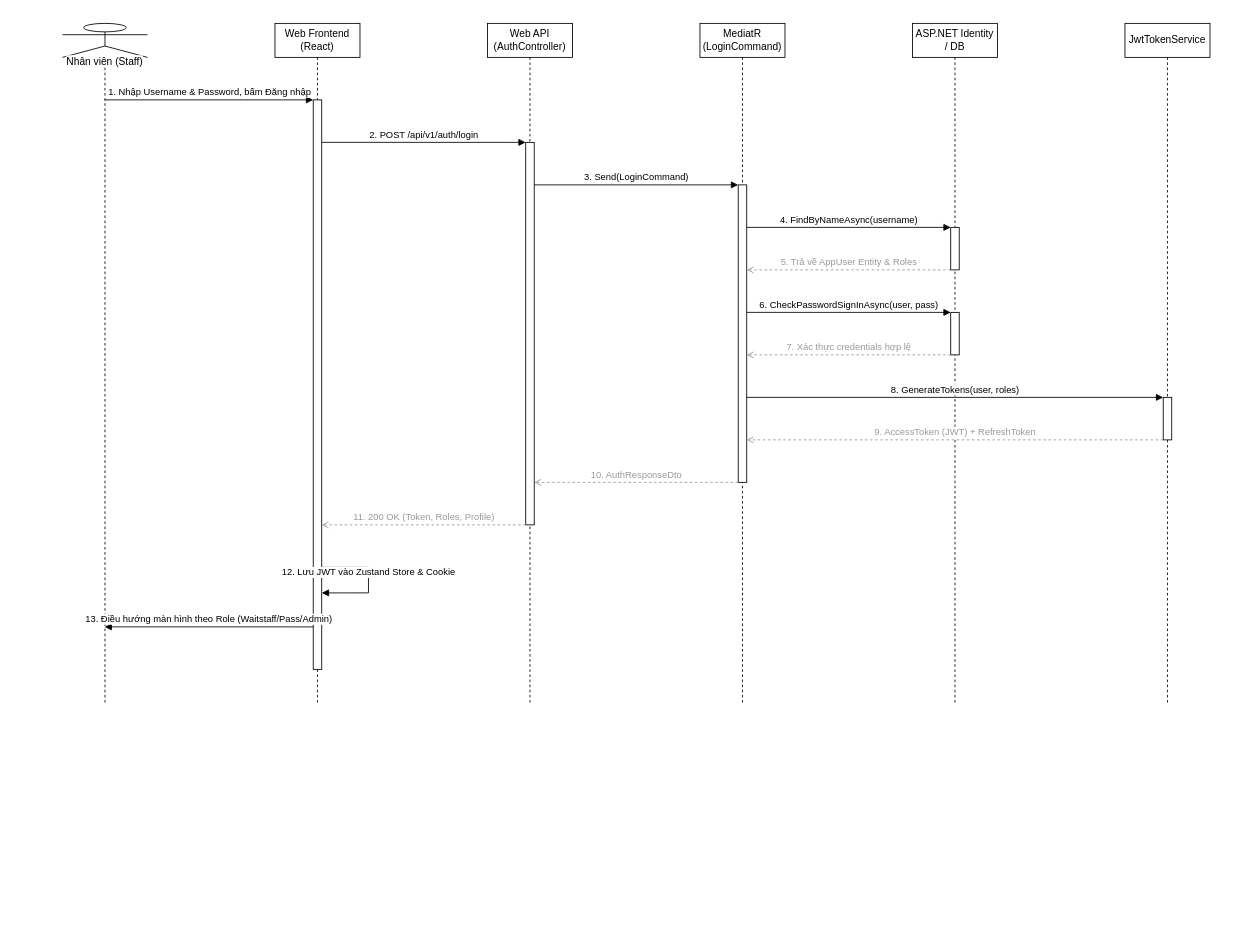
This is docs/phase1/drawio/sd06_staff_login.drawio from AndrewQng/VinDining, a draw.io file, before an edit. Source tidied: cells renumbered, new cells numbered last; positions are measured from the earlier drawing's top-left corner, leaving out a move shared by most shapes. Both pictures are drawn from the tidied source at 85%, with x=0, y=0 at pixel (62, 23).
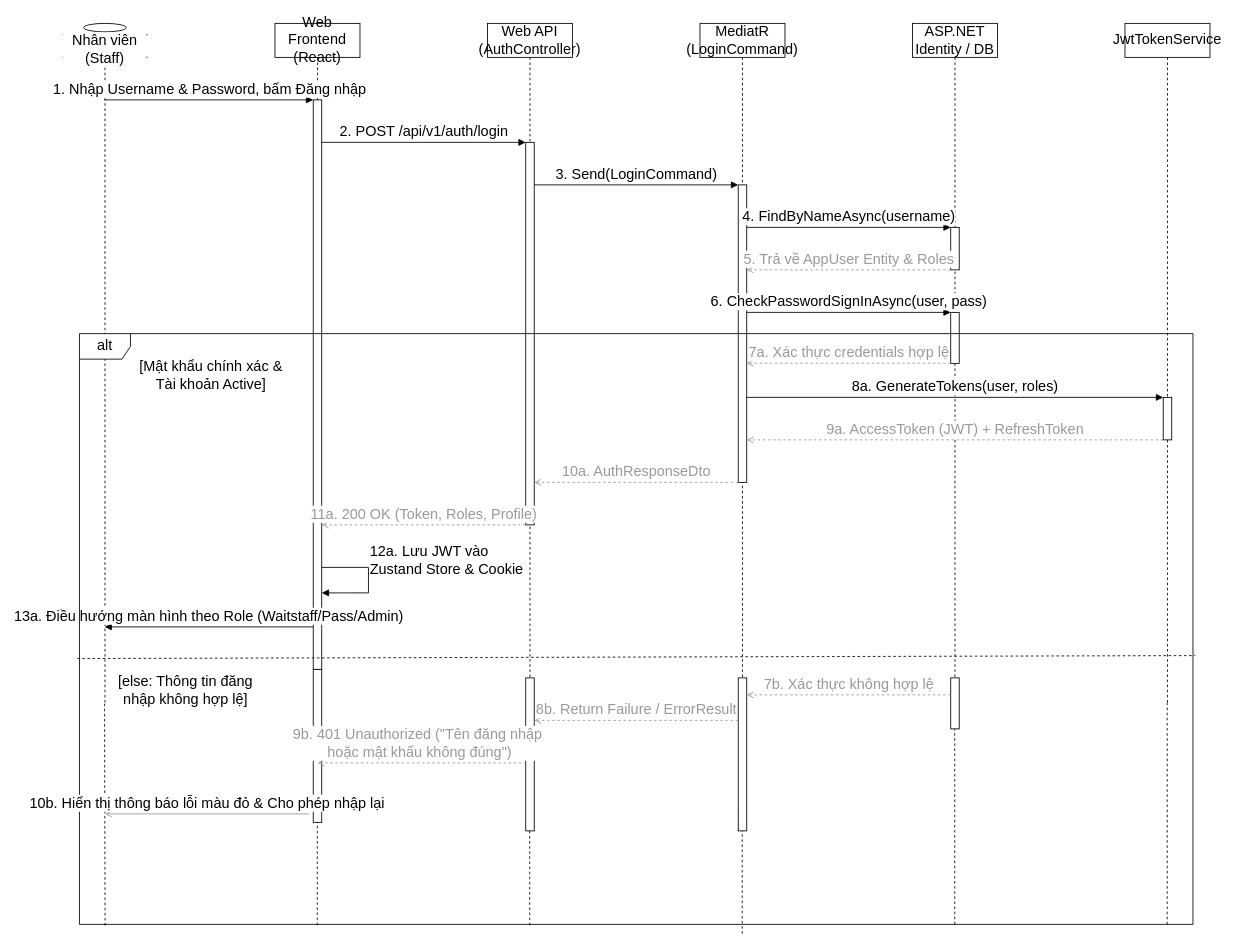
Above is the later version.

Change to the diagram source:
```diff
@@
-    <mxCell id="2" value="Nhân viên (Staff)" style="shape=umlLifeline;perimeter=lifelinePerimeter;whiteSpace=wrap;html=1;outlineConnect=0;portConstraint=eastwest;size=40;participant=umlActor;verticalAlign=bottom;spacingBottom=-14;labelBackgroundColor=#ffffff;" parent="1" vertex="1">
+    <mxCell id="2" value="Nhân viên (Staff)" style="shape=umlLifeline;perimeter=lifelinePerimeter;whiteSpace=wrap;html=1;outlineConnect=0;portConstraint=eastwest;size=40;participant=umlActor;verticalAlign=bottom;spacingBottom=-14;labelBackgroundColor=#ffffff;fontSize=17;" parent="1" vertex="1">
       <mxGeometry width="100" height="800" as="geometry" />
     </mxCell>
-    <mxCell id="3" value="Web Frontend (React)" style="shape=umlLifeline;perimeter=lifelinePerimeter;whiteSpace=wrap;html=1;size=40;" parent="1" vertex="1">
+    <mxCell id="3" value="Web Frontend (React)" style="shape=umlLifeline;perimeter=lifelinePerimeter;whiteSpace=wrap;html=1;size=40;fontSize=17;" parent="1" vertex="1">
       <mxGeometry x="250" width="100" height="800" as="geometry" />
     </mxCell>
+    <mxCell id="13" style="html=1;points=[];perimeter=orthogonalPerimeter;outlineConnect=0;fillColor=#ffffff;fontSize=17;" parent="3" vertex="1">
+      <mxGeometry x="45" y="90" width="10" height="670" as="geometry" />
+    </mxCell>
-    <mxCell id="4" value="Web API (AuthController)" style="shape=umlLifeline;perimeter=lifelinePerimeter;whiteSpace=wrap;html=1;size=40;" parent="1" vertex="1">
+    <mxCell id="4" value="Web API (AuthController)" style="shape=umlLifeline;perimeter=lifelinePerimeter;whiteSpace=wrap;html=1;size=40;fontSize=17;" parent="1" vertex="1">
       <mxGeometry x="500" width="100" height="800" as="geometry" />
     </mxCell>
+    <mxCell id="12" style="html=1;points=[];perimeter=orthogonalPerimeter;outlineConnect=0;fillColor=#ffffff;fontSize=17;" parent="4" vertex="1">
+      <mxGeometry x="45" y="140" width="10" height="450" as="geometry" />
+    </mxCell>
-    <mxCell id="5" value="MediatR (LoginCommand)" style="shape=umlLifeline;perimeter=lifelinePerimeter;whiteSpace=wrap;html=1;size=40;" parent="1" vertex="1">
+    <mxCell id="5" value="MediatR (LoginCommand)" style="shape=umlLifeline;perimeter=lifelinePerimeter;whiteSpace=wrap;html=1;size=40;fontSize=17;" parent="1" vertex="1">
       <mxGeometry x="750" width="100" height="800" as="geometry" />
     </mxCell>
+    <mxCell id="11" style="html=1;points=[];perimeter=orthogonalPerimeter;outlineConnect=0;fillColor=#ffffff;fontSize=17;" parent="5" vertex="1">
+      <mxGeometry x="45" y="190" width="10" height="350" as="geometry" />
+    </mxCell>
-    <mxCell id="6" value="ASP.NET Identity / DB" style="shape=umlLifeline;perimeter=lifelinePerimeter;whiteSpace=wrap;html=1;size=40;" parent="1" vertex="1">
+    <mxCell id="6" value="ASP.NET Identity / DB" style="shape=umlLifeline;perimeter=lifelinePerimeter;whiteSpace=wrap;html=1;size=40;fontSize=17;" parent="1" vertex="1">
       <mxGeometry x="1000" width="100" height="800" as="geometry" />
     </mxCell>
-    <mxCell id="7" value="JwtTokenService" style="shape=umlLifeline;perimeter=lifelinePerimeter;whiteSpace=wrap;html=1;size=40;" parent="1" vertex="1">
-      <mxGeometry x="1250" width="100" height="800" as="geometry" />
-    </mxCell>
-    <mxCell id="8" style="html=1;points=[];perimeter=orthogonalPerimeter;outlineConnect=0;fillColor=#ffffff;" parent="6" vertex="1">
+    <mxCell id="8" style="html=1;points=[];perimeter=orthogonalPerimeter;outlineConnect=0;fillColor=#ffffff;fontSize=17;" parent="6" vertex="1">
       <mxGeometry x="45" y="240" width="10" height="50" as="geometry" />
     </mxCell>
-    <mxCell id="9" style="html=1;points=[];perimeter=orthogonalPerimeter;outlineConnect=0;fillColor=#ffffff;" parent="6" vertex="1">
-      <mxGeometry x="45" y="340" width="10" height="50" as="geometry" />
+    <mxCell id="9" style="html=1;points=[];perimeter=orthogonalPerimeter;outlineConnect=0;fillColor=#ffffff;fontSize=17;" parent="6" vertex="1">
+      <mxGeometry x="45" y="340" width="10" height="60" as="geometry" />
     </mxCell>
+    <mxCell id="7" value="JwtTokenService" style="shape=umlLifeline;perimeter=lifelinePerimeter;whiteSpace=wrap;html=1;size=40;fontSize=17;" parent="1" vertex="1">
+      <mxGeometry x="1250" width="100" height="800" as="geometry" />
+    </mxCell>
-    <mxCell id="10" style="html=1;points=[];perimeter=orthogonalPerimeter;outlineConnect=0;fillColor=#ffffff;" parent="7" vertex="1">
+    <mxCell id="10" style="html=1;points=[];perimeter=orthogonalPerimeter;outlineConnect=0;fillColor=#ffffff;fontSize=17;" parent="7" vertex="1">
       <mxGeometry x="45" y="440" width="10" height="50" as="geometry" />
     </mxCell>
-    <mxCell id="11" style="html=1;points=[];perimeter=orthogonalPerimeter;outlineConnect=0;fillColor=#ffffff;" parent="5" vertex="1">
-      <mxGeometry x="45" y="190" width="10" height="350" as="geometry" />
-    </mxCell>
-    <mxCell id="12" style="html=1;points=[];perimeter=orthogonalPerimeter;outlineConnect=0;fillColor=#ffffff;" parent="4" vertex="1">
-      <mxGeometry x="45" y="140" width="10" height="450" as="geometry" />
-    </mxCell>
-    <mxCell id="13" style="html=1;points=[];perimeter=orthogonalPerimeter;outlineConnect=0;fillColor=#ffffff;" parent="3" vertex="1">
-      <mxGeometry x="45" y="90" width="10" height="670" as="geometry" />
-    </mxCell>
-    <mxCell id="14" value="1. Nhập Username &amp; Password, bấm Đăng nhập" style="html=1;verticalAlign=bottom;endArrow=block;curved=0;rounded=0;exitX=0.5;exitY=0.1125;entryX=0;entryY=0.0;" parent="1" edge="1" source="2" target="13">
+    <mxCell id="14" value="1. Nhập Username &amp;amp; Password, bấm Đăng nhập" style="html=1;verticalAlign=bottom;endArrow=block;curved=0;rounded=0;exitX=0.5;exitY=0.1125;entryX=0;entryY=0.0;fontSize=17;" parent="1" edge="1" source="2" target="13">
       <mxGeometry relative="1" as="geometry" />
     </mxCell>
-    <mxCell id="15" value="2. POST /api/v1/auth/login" style="html=1;verticalAlign=bottom;endArrow=block;curved=0;rounded=0;exitX=1;exitY=0.0746;entryX=0;entryY=0.0;" parent="1" edge="1" source="13" target="12">
+    <mxCell id="15" value="2. POST /api/v1/auth/login" style="html=1;verticalAlign=bottom;endArrow=block;curved=0;rounded=0;exitX=1;exitY=0.0746;entryX=0;entryY=0.0;fontSize=17;" parent="1" edge="1" source="13" target="12">
       <mxGeometry relative="1" as="geometry" />
     </mxCell>
-    <mxCell id="16" value="3. Send(LoginCommand)" style="html=1;verticalAlign=bottom;endArrow=block;curved=0;rounded=0;exitX=1;exitY=0.1111;entryX=0;entryY=0.0;" parent="1" edge="1" source="12" target="11">
+    <mxCell id="16" value="3. Send(LoginCommand)" style="html=1;verticalAlign=bottom;endArrow=block;curved=0;rounded=0;exitX=1;exitY=0.1111;entryX=0;entryY=0.0;fontSize=17;" parent="1" edge="1" source="12" target="11">
       <mxGeometry relative="1" as="geometry" />
     </mxCell>
-    <mxCell id="17" value="4. FindByNameAsync(username)" style="html=1;verticalAlign=bottom;endArrow=block;curved=0;rounded=0;exitX=1;exitY=0.1429;entryX=0;entryY=0.0;" parent="1" edge="1" source="11" target="8">
+    <mxCell id="17" value="4. FindByNameAsync(username)" style="html=1;verticalAlign=bottom;endArrow=block;curved=0;rounded=0;exitX=1;exitY=0.1429;entryX=0;entryY=0.0;fontSize=17;" parent="1" edge="1" source="11" target="8">
       <mxGeometry relative="1" as="geometry" />
     </mxCell>
-    <mxCell id="18" value="5. Trả về AppUser Entity &amp; Roles" style="html=1;verticalAlign=bottom;endArrow=open;dashed=1;curved=0;rounded=0;strokeColor=#999999;fontColor=#999999;exitX=0;exitY=1.0;entryX=1;entryY=0.2857;" parent="1" edge="1" source="8" target="11">
+    <mxCell id="18" value="5. Trả về AppUser Entity &amp;amp; Roles" style="html=1;verticalAlign=bottom;endArrow=open;dashed=1;curved=0;rounded=0;strokeColor=#999999;fontColor=#999999;exitX=0;exitY=1.0;entryX=1;entryY=0.2857;fontSize=17;" parent="1" edge="1" source="8" target="11">
       <mxGeometry relative="1" as="geometry" />
     </mxCell>
-    <mxCell id="19" value="6. CheckPasswordSignInAsync(user, pass)" style="html=1;verticalAlign=bottom;endArrow=block;curved=0;rounded=0;exitX=1;exitY=0.4286;entryX=0;entryY=0.0;" parent="1" edge="1" source="11" target="9">
+    <mxCell id="19" value="6. CheckPasswordSignInAsync(user, pass)" style="html=1;verticalAlign=bottom;endArrow=block;curved=0;rounded=0;exitX=1;exitY=0.4286;entryX=0;entryY=0.0;fontSize=17;" parent="1" edge="1" source="11" target="9">
       <mxGeometry relative="1" as="geometry" />
     </mxCell>
-    <mxCell id="20" value="7. Xác thực credentials hợp lệ" style="html=1;verticalAlign=bottom;endArrow=open;dashed=1;curved=0;rounded=0;strokeColor=#999999;fontColor=#999999;exitX=0;exitY=1.0;entryX=1;entryY=0.5714;" parent="1" edge="1" source="9" target="11">
-      <mxGeometry relative="1" as="geometry" />
+    <mxCell id="20" value="7a. Xác thực credentials hợp lệ" style="html=1;verticalAlign=bottom;endArrow=open;dashed=1;curved=0;rounded=0;strokeColor=#999999;fontColor=#999999;entryX=1;entryY=0.5714;fontSize=17;" parent="1" edge="1">
+      <mxGeometry relative="1" as="geometry">
+        <mxPoint x="1045" y="399.8" as="sourcePoint" />
+        <mxPoint x="805" y="399.8" as="targetPoint" />
+      </mxGeometry>
     </mxCell>
-    <mxCell id="21" value="8. GenerateTokens(user, roles)" style="html=1;verticalAlign=bottom;endArrow=block;curved=0;rounded=0;exitX=1;exitY=0.7143;entryX=0;entryY=0.0;" parent="1" edge="1" source="11" target="10">
+    <mxCell id="21" value="8a. GenerateTokens(user, roles)" style="html=1;verticalAlign=bottom;endArrow=block;curved=0;rounded=0;exitX=1;exitY=0.7143;entryX=0;entryY=0.0;fontSize=17;" parent="1" edge="1" source="11" target="10">
       <mxGeometry relative="1" as="geometry" />
     </mxCell>
-    <mxCell id="22" value="9. AccessToken (JWT) + RefreshToken" style="html=1;verticalAlign=bottom;endArrow=open;dashed=1;curved=0;rounded=0;strokeColor=#999999;fontColor=#999999;exitX=0;exitY=1.0;entryX=1;entryY=0.8571;" parent="1" edge="1" source="10" target="11">
+    <mxCell id="22" value="9a. AccessToken (JWT) + RefreshToken" style="html=1;verticalAlign=bottom;endArrow=open;dashed=1;curved=0;rounded=0;strokeColor=#999999;fontColor=#999999;exitX=0;exitY=1.0;entryX=1;entryY=0.8571;fontSize=17;" parent="1" edge="1" source="10" target="11">
       <mxGeometry relative="1" as="geometry" />
     </mxCell>
-    <mxCell id="23" value="10. AuthResponseDto" style="html=1;verticalAlign=bottom;endArrow=open;dashed=1;curved=0;rounded=0;strokeColor=#999999;fontColor=#999999;exitX=0;exitY=1.0;entryX=1;entryY=0.8889;" parent="1" edge="1" source="11" target="12">
+    <mxCell id="23" value="10a. AuthResponseDto" style="html=1;verticalAlign=bottom;endArrow=open;dashed=1;curved=0;rounded=0;strokeColor=#999999;fontColor=#999999;exitX=0;exitY=1.0;entryX=1;entryY=0.8889;fontSize=17;" parent="1" edge="1" source="11" target="12">
       <mxGeometry relative="1" as="geometry" />
     </mxCell>
-    <mxCell id="24" value="11. 200 OK (Token, Roles, Profile)" style="html=1;verticalAlign=bottom;endArrow=open;dashed=1;curved=0;rounded=0;strokeColor=#999999;fontColor=#999999;exitX=0;exitY=1.0;entryX=1;entryY=0.7463;" parent="1" edge="1" source="12" target="13">
+    <mxCell id="24" value="11a. 200 OK (Token, Roles, Profile)" style="html=1;verticalAlign=bottom;endArrow=open;dashed=1;curved=0;rounded=0;strokeColor=#999999;fontColor=#999999;exitX=0;exitY=1.0;entryX=1;entryY=0.7463;fontSize=17;" parent="1" edge="1" source="12" target="13">
       <mxGeometry relative="1" as="geometry" />
     </mxCell>
-    <mxCell id="25" value="12. Lưu JWT vào Zustand Store &amp; Cookie" style="html=1;verticalAlign=bottom;endArrow=block;curved=0;rounded=0;exitX=1;exitY=0.8209;entryX=1;entryY=0.8657;" parent="1" edge="1" source="13" target="13">
+    <mxCell id="25" value="12a. Lưu JWT vào&amp;nbsp;&lt;div&gt;Zustand Store &amp;amp; Cookie&lt;/div&gt;" style="html=1;verticalAlign=bottom;endArrow=block;curved=0;rounded=0;exitX=1;exitY=0.8209;entryX=1;entryY=0.8657;fontSize=17;align=left;" parent="1" edge="1" source="13" target="13">
       <mxGeometry relative="1" as="geometry">
         <Array as="points">
           <mxPoint x="360" y="640" />
           <mxPoint x="360" y="670" />
         </Array>
       </mxGeometry>
     </mxCell>
-    <mxCell id="26" value="13. Điều hướng màn hình theo Role (Waitstaff/Pass/Admin)" style="html=1;verticalAlign=bottom;endArrow=block;curved=0;rounded=0;exitX=0;exitY=0.9254;entryX=0.5;entryY=0.8875;" parent="1" edge="1" source="13" target="2">
+    <mxCell id="26" value="13a. Điều hướng màn hình theo Role (Waitstaff/Pass/Admin)" style="html=1;verticalAlign=bottom;endArrow=block;curved=0;rounded=0;exitX=0;exitY=0.9254;entryX=0.5;entryY=0.8875;fontSize=17;" parent="1" edge="1" source="13" target="2">
       <mxGeometry relative="1" as="geometry" />
     </mxCell>
+    <mxCell id="27" value="&lt;font style=&quot;font-size: 17px;&quot;&gt;alt&lt;/font&gt;" style="shape=umlFrame;whiteSpace=wrap;html=1;" parent="1" vertex="1">
+      <mxGeometry x="20" y="365" width="1310" height="695" as="geometry" />
+    </mxCell>
+    <mxCell id="28" style="endArrow=none;dashed=1;html=1;rounded=0;exitX=0.023;exitY=1.002;exitDx=0;exitDy=0;exitPerimeter=0;" parent="1" edge="1" source="27" target="2">
+      <mxGeometry relative="1" as="geometry" />
+    </mxCell>
+    <mxCell id="29" style="endArrow=none;dashed=1;html=1;rounded=0;exitX=0.023;exitY=1.002;exitDx=0;exitDy=0;exitPerimeter=0;" parent="1" edge="1">
+      <mxGeometry relative="1" as="geometry">
+        <mxPoint x="299.8" y="1061" as="sourcePoint" />
+        <mxPoint x="299.8" y="800" as="targetPoint" />
+      </mxGeometry>
+    </mxCell>
+    <mxCell id="30" style="endArrow=none;dashed=1;html=1;rounded=0;exitX=0.023;exitY=1.002;exitDx=0;exitDy=0;exitPerimeter=0;" parent="1" edge="1">
+      <mxGeometry relative="1" as="geometry">
+        <mxPoint x="549.7" y="1061" as="sourcePoint" />
+        <mxPoint x="549.7" y="800" as="targetPoint" />
+      </mxGeometry>
+    </mxCell>
+    <mxCell id="31" style="endArrow=none;dashed=1;html=1;rounded=0;exitX=0.023;exitY=1.002;exitDx=0;exitDy=0;exitPerimeter=0;" parent="1" edge="1" source="37">
+      <mxGeometry relative="1" as="geometry">
+        <mxPoint x="799.7" y="810" as="targetPoint" />
+      </mxGeometry>
+    </mxCell>
+    <mxCell id="32" style="endArrow=none;dashed=1;html=1;rounded=0;exitX=0.023;exitY=1.002;exitDx=0;exitDy=0;exitPerimeter=0;" parent="1" edge="1">
+      <mxGeometry relative="1" as="geometry">
+        <mxPoint x="1049.7" y="1060" as="sourcePoint" />
+        <mxPoint x="1049.7" y="799" as="targetPoint" />
+      </mxGeometry>
+    </mxCell>
+    <mxCell id="33" style="endArrow=none;dashed=1;html=1;rounded=0;exitX=0.023;exitY=1.002;exitDx=0;exitDy=0;exitPerimeter=0;" parent="1" edge="1">
+      <mxGeometry relative="1" as="geometry">
+        <mxPoint x="1299.7" y="1060" as="sourcePoint" />
+        <mxPoint x="1299.7" y="799" as="targetPoint" />
+      </mxGeometry>
+    </mxCell>
+    <mxCell id="34" style="endArrow=none;dashed=1;html=1;rounded=0;exitX=-0.002;exitY=0.55;exitDx=0;exitDy=0;exitPerimeter=0;entryX=1.002;entryY=0.545;entryDx=0;entryDy=0;entryPerimeter=0;" parent="1" edge="1" source="27" target="27">
+      <mxGeometry relative="1" as="geometry" />
+    </mxCell>
+    <mxCell id="35" style="html=1;perimeter=orthogonalPerimeter;fillColor=#ffffff;fontSize=17;" parent="1" vertex="1">
+      <mxGeometry x="1045" y="770" width="10" height="60" as="geometry" />
+    </mxCell>
+    <mxCell id="36" style="endArrow=none;dashed=1;html=1;rounded=0;exitX=0.023;exitY=1.002;exitDx=0;exitDy=0;exitPerimeter=0;" parent="1" edge="1" target="37">
+      <mxGeometry relative="1" as="geometry">
+        <mxPoint x="799.7" y="1071" as="sourcePoint" />
+      </mxGeometry>
+    </mxCell>
+    <mxCell id="37" style="html=1;points=[];perimeter=orthogonalPerimeter;outlineConnect=0;fillColor=#ffffff;fontSize=17;" parent="1" vertex="1">
+      <mxGeometry x="795" y="770" width="10" height="180" as="geometry" />
+    </mxCell>
+    <mxCell id="38" value="&lt;font style=&quot;font-size: 17px;&quot;&gt;[Mật khẩu chính xác &amp;amp; Tài khoản Active]&lt;/font&gt;" style="text;html=1;whiteSpace=wrap;strokeColor=none;fillColor=none;align=center;verticalAlign=middle;rounded=0;" parent="1" vertex="1">
+      <mxGeometry x="80" y="400" width="190" height="30" as="geometry" />
+    </mxCell>
+    <mxCell id="39" value="7b. Xác thực không hợp lệ" style="html=1;verticalAlign=bottom;endArrow=open;dashed=1;curved=0;rounded=0;strokeColor=#999999;fontColor=#999999;entryX=1;entryY=0.5714;fontSize=17;" parent="1" edge="1">
+      <mxGeometry relative="1" as="geometry">
+        <mxPoint x="1045" y="790" as="sourcePoint" />
+        <mxPoint x="805" y="790" as="targetPoint" />
+      </mxGeometry>
+    </mxCell>
+    <mxCell id="40" style="html=1;perimeter=orthogonalPerimeter;fillColor=#ffffff;fontSize=17;" parent="1" vertex="1">
+      <mxGeometry x="545" y="770" width="10" height="180" as="geometry" />
+    </mxCell>
+    <mxCell id="41" style="html=1;perimeter=orthogonalPerimeter;fillColor=#ffffff;fontSize=17;" parent="1" vertex="1">
+      <mxGeometry x="295" y="760" width="10" height="180" as="geometry" />
+    </mxCell>
+    <mxCell id="42" value="&lt;span&gt;9b. 401 Unauthorized (&quot;Tên đăng nhập&amp;nbsp;&lt;/span&gt;&lt;div&gt;&lt;span&gt;&lt;span style=&quot;color: light-dark(rgb(153, 153, 153), rgb(106, 106, 106));&quot;&gt;hoặc mật khẩu không đúng&quot;)&lt;/span&gt;&lt;/span&gt;&lt;/div&gt;" style="html=1;verticalAlign=bottom;endArrow=open;dashed=1;curved=0;rounded=0;strokeColor=#999999;fontColor=#999999;entryX=1;entryY=0.5714;fontSize=17;" parent="1" edge="1">
+      <mxGeometry relative="1" as="geometry">
+        <mxPoint x="540" y="870" as="sourcePoint" />
+        <mxPoint x="300" y="870" as="targetPoint" />
+      </mxGeometry>
+    </mxCell>
+    <mxCell id="43" value="10b. Hiển thị thông báo lỗi màu đỏ &amp;amp; Cho phép nhập lại" style="html=1;verticalAlign=bottom;endArrow=open;curved=0;rounded=0;strokeColor=#999999;fontColor=default;entryX=1;entryY=0.5714;fontSize=17;fontFamily=Helvetica;fontStyle=0;align=center;labelBackgroundColor=default;" parent="1" edge="1">
+      <mxGeometry relative="1" as="geometry">
+        <mxPoint x="290" y="930" as="sourcePoint" />
+        <mxPoint x="50" y="930" as="targetPoint" />
+      </mxGeometry>
+    </mxCell>
+    <mxCell id="44" value="8b. Return Failure / ErrorResult" style="html=1;verticalAlign=bottom;endArrow=open;dashed=1;curved=0;rounded=0;strokeColor=#999999;fontColor=#999999;entryX=1;entryY=0.5714;fontSize=17;" parent="1" edge="1">
+      <mxGeometry relative="1" as="geometry">
+        <mxPoint x="795" y="820" as="sourcePoint" />
+        <mxPoint x="555" y="820" as="targetPoint" />
+      </mxGeometry>
+    </mxCell>
+    <mxCell id="45" value="&lt;font style=&quot;font-size: 17px;&quot;&gt;[else: Thông tin đăng nhập không hợp lệ]&lt;/font&gt;" style="text;html=1;whiteSpace=wrap;strokeColor=none;fillColor=none;align=center;verticalAlign=middle;rounded=0;" parent="1" vertex="1">
+      <mxGeometry x="50" y="770" width="190" height="30" as="geometry" />
+    </mxCell>
```
